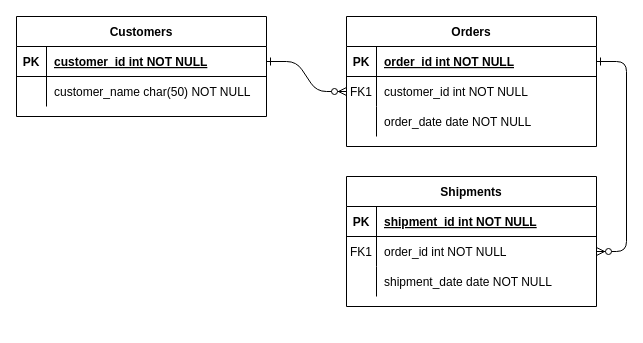
This is Untitled Diagram.drawio from ayla-12/DB2022-TEAM01, a draw.io file, before an edit. Source tidied: cells renumbered, new cells numbered last; positions are measured from the earlier drawing's top-left corner, leaving out a move shared by most shapes. Both pictures are drawn from the tidied source at 100%, with x=0, y=0 at pixel (16, 16).
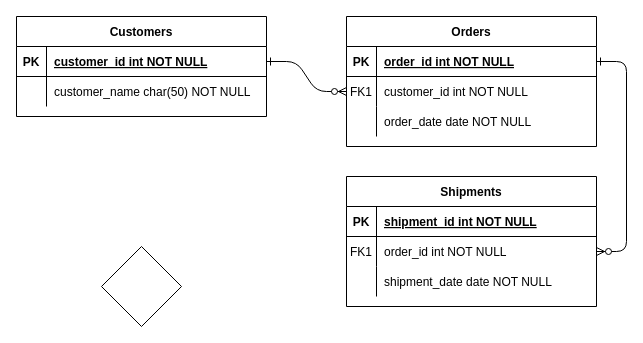
After the change.

What changed in the source:
```diff
@@
+    <mxCell id="31" style="rhombus;whiteSpace=wrap;html=1;" parent="1" vertex="1">
+      <mxGeometry x="85" y="230" width="80" height="80" as="geometry" />
+    </mxCell>
```
